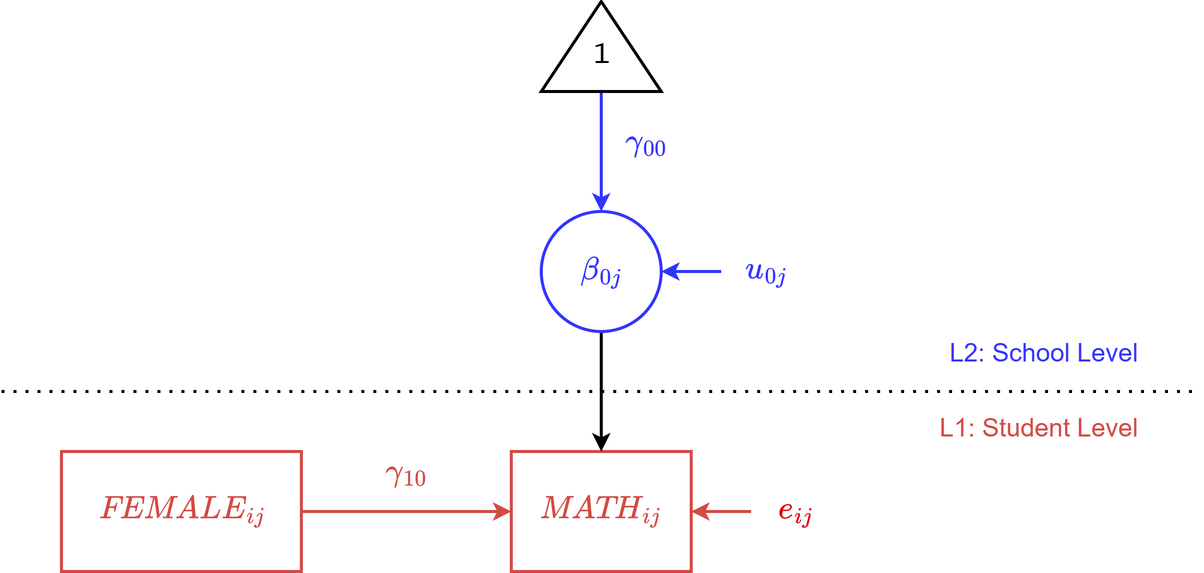
Earlier version of the draw.io export diagrams/fixed_slopes_l1.png (jmgirard/psyc894). Source tidied: cells renumbered, new cells last; positions are measured from the earlier drawing's top-left corner, leaving out a move shared by most shapes.
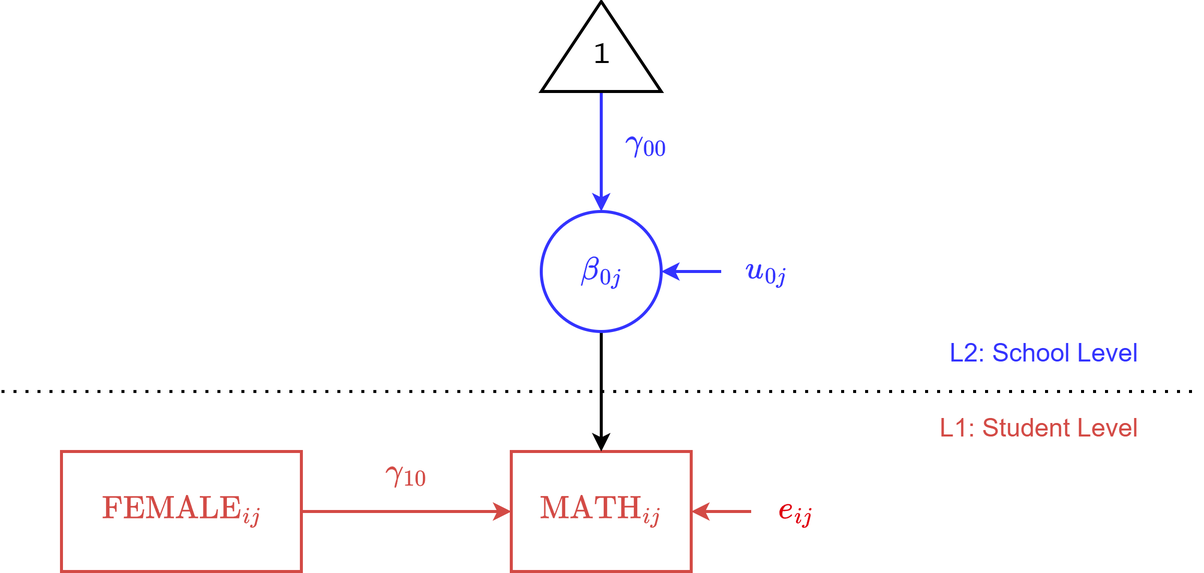
After the commit.

Change to the diagram source:
```diff
@@ -2,7 +2,7 @@
   <root>
     <mxCell id="0" />
     <mxCell id="1" parent="0" />
-    <mxCell id="2" value="$$\textit{MATH}_{ij}$$" style="rounded=0;whiteSpace=wrap;html=1;fontSize=18;strokeWidth=2;fontFamily=Lucida Console;fontColor=#D34A45;strokeColor=#D34A45;" parent="1" vertex="1">
+    <mxCell id="2" value="$$\text{MATH}_{ij}$$" style="rounded=0;whiteSpace=wrap;html=1;fontSize=18;strokeWidth=2;fontFamily=Lucida Console;fontColor=#D34A45;strokeColor=#D34A45;" parent="1" vertex="1">
       <mxGeometry x="340" y="300" width="120" height="80" as="geometry" />
     </mxCell>
     <mxCell id="3" style="endArrow=classic;html=1;rounded=0;entryX=1;entryY=0.5;entryDx=0;entryDy=0;strokeWidth=2;strokeColor=#D34A45;exitX=0;exitY=0.5;exitDx=0;exitDy=0;" parent="1" edge="1" source="4" target="2">
@@ -49,7 +49,7 @@
     <mxCell id="15" style="edgeStyle=orthogonalEdgeStyle;rounded=0;jettySize=auto;html=1;exitX=1;exitY=0.5;exitDx=0;exitDy=0;entryX=0;entryY=0.5;entryDx=0;entryDy=0;strokeWidth=2;strokeColor=#D34A45;" parent="1" edge="1" source="16" target="2">
       <mxGeometry relative="1" as="geometry" />
     </mxCell>
-    <mxCell id="16" value="$$\textit{FEMALE}_{ij}$$" style="rounded=0;whiteSpace=wrap;html=1;fontSize=18;strokeWidth=2;fontFamily=Lucida Console;fontColor=#D34A45;strokeColor=#D34A45;" parent="1" vertex="1">
+    <mxCell id="16" value="$$\text{FEMALE}_{ij}$$" style="rounded=0;whiteSpace=wrap;html=1;fontSize=18;strokeWidth=2;fontFamily=Lucida Console;fontColor=#D34A45;strokeColor=#D34A45;" parent="1" vertex="1">
       <mxGeometry x="40" y="300" width="160" height="80" as="geometry" />
     </mxCell>
     <mxCell id="17" value="&lt;font&gt;&lt;span style=&quot;background-color: rgb(255, 255, 255);&quot;&gt;$$\gamma_{10}$$&lt;/span&gt;&lt;/font&gt;" style="text;html=1;align=center;verticalAlign=middle;whiteSpace=wrap;rounded=0;fontSize=18;fontColor=#D34A45;fontFamily=Lucida Console;" parent="1" vertex="1">
```
